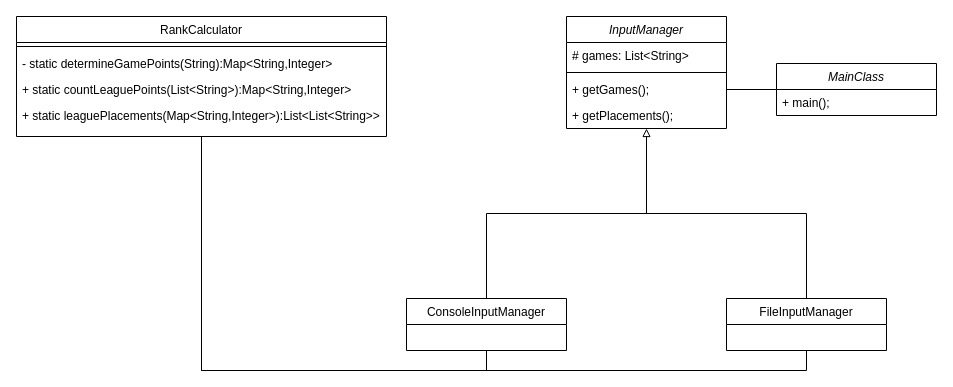
Before: ClassDiagram.drawio in ElGamerBroChris/SPAN_INTERVIEW, a draw.io diagram. Source tidied: cells renumbered, new cells numbered last; positions are measured from the earlier drawing's top-left corner, leaving out a move shared by most shapes. Both pictures are drawn from the tidied source at 100%, with x=0, y=0 at pixel (16, 16).
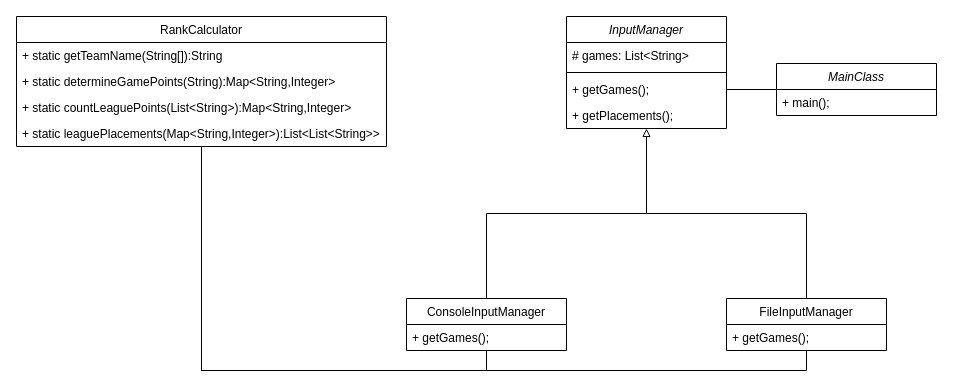
Above is the later version.

Unchanged cells that the change refers to:
```xml
<mxCell id="8" value="ConsoleInputManager" style="swimlane;fontStyle=0;align=center;verticalAlign=top;horizontal=1;startSize=26;rounded=0;shadow=0;strokeWidth=1;" parent="1" vertex="1">
  <mxGeometry x="390" y="282" width="160" height="52" as="geometry" />
</mxCell>
<mxCell id="10" value="FileInputManager" style="swimlane;fontStyle=0;align=center;verticalAlign=top;horizontal=1;startSize=26;rounded=0;shadow=0;strokeWidth=1;" parent="1" vertex="1">
  <mxGeometry x="710" y="282" width="160" height="52" as="geometry" />
</mxCell>
```

The edit, as a diff of the source:
```diff
@@
+    <mxCell id="21" value="+ getGames();" style="text;align=left;verticalAlign=top;spacingLeft=4;spacingRight=4;overflow=hidden;" parent="8" vertex="1">
+      <mxGeometry y="26" width="160" height="26" as="geometry" />
+    </mxCell>
@@
+    <mxCell id="22" value="+ getGames();" style="text;align=left;verticalAlign=top;spacingLeft=4;spacingRight=4;overflow=hidden;" parent="10" vertex="1">
+      <mxGeometry y="26" width="160" height="26" as="geometry" />
+    </mxCell>
@@
     <mxCell id="13" value="RankCalculator" style="swimlane;fontStyle=0;align=center;verticalAlign=top;horizontal=1;startSize=26;rounded=0;shadow=0;strokeWidth=1;" parent="1" vertex="1">
-      <mxGeometry width="370" height="120" as="geometry" />
+      <mxGeometry width="370" height="130" as="geometry" />
     </mxCell>
-    <mxCell id="14" style="line;html=1;strokeWidth=1;align=left;verticalAlign=middle;spacingTop=-1;spacingLeft=3;spacingRight=3;labelPosition=right;" parent="13" vertex="1">
-      <mxGeometry y="26" width="370" height="8" as="geometry" />
-    </mxCell>
-    <mxCell id="15" value="- static determineGamePoints(String):Map&lt;String,Integer&gt;" style="text;align=left;verticalAlign=top;spacingLeft=4;spacingRight=4;overflow=hidden;" parent="13" vertex="1">
-      <mxGeometry y="34" width="370" height="26" as="geometry" />
+    <mxCell id="15" value="+ static getTeamName(String[]):String" style="text;align=left;verticalAlign=top;spacingLeft=4;spacingRight=4;overflow=hidden;" parent="13" vertex="1">
+      <mxGeometry y="26" width="370" height="26" as="geometry" />
     </mxCell>
+    <mxCell id="23" value="+ static determineGamePoints(String):Map&lt;String,Integer&gt;" style="text;align=left;verticalAlign=top;spacingLeft=4;spacingRight=4;overflow=hidden;" parent="13" vertex="1">
+      <mxGeometry y="52" width="370" height="26" as="geometry" />
+    </mxCell>
     <mxCell id="16" value="+ static countLeaguePoints(List&lt;String&gt;):Map&lt;String,Integer&gt;" style="text;align=left;verticalAlign=top;spacingLeft=4;spacingRight=4;overflow=hidden;" parent="13" vertex="1">
-      <mxGeometry y="60" width="370" height="26" as="geometry" />
+      <mxGeometry y="78" width="370" height="26" as="geometry" />
     </mxCell>
     <mxCell id="17" value="+ static leaguePlacements(Map&lt;String,Integer&gt;):List&lt;List&lt;String&gt;&gt;" style="text;align=left;verticalAlign=top;spacingLeft=4;spacingRight=4;overflow=hidden;" parent="13" vertex="1">
-      <mxGeometry y="86" width="370" height="26" as="geometry" />
+      <mxGeometry y="104" width="370" height="26" as="geometry" />
     </mxCell>
```
